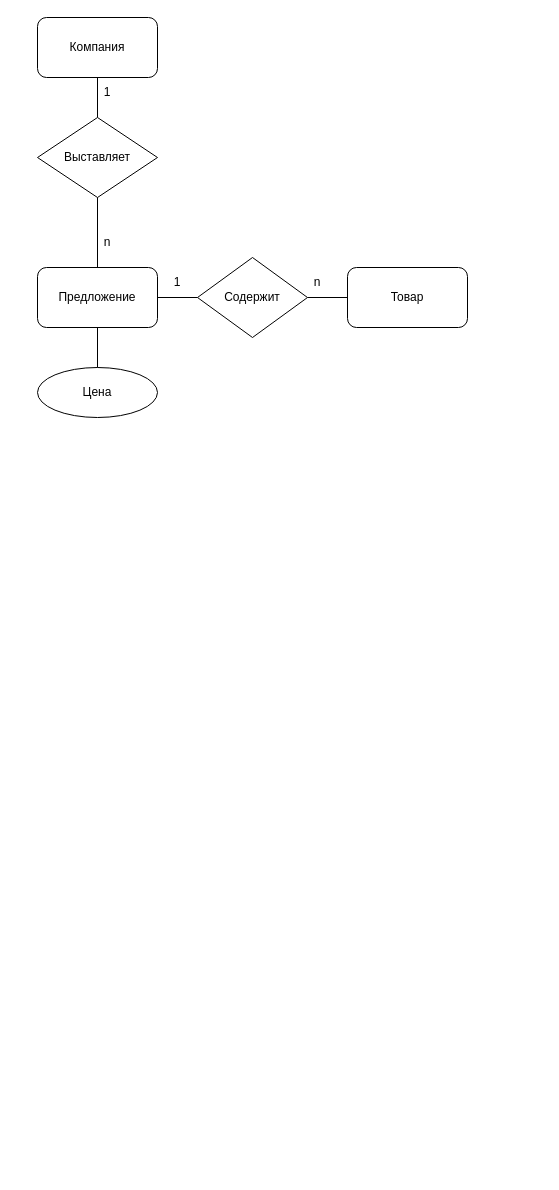
Earlier version of the draw.io diagram Диаграмма без названия.drawio (VanShi87/data-engineer-2023-11). Source tidied: cells renumbered, new cells numbered last; positions are measured from the earlier drawing's top-left corner, leaving out a move shared by most shapes. Both pictures are drawn from the tidied source at 100%, with x=0, y=0 at pixel (37, 17).
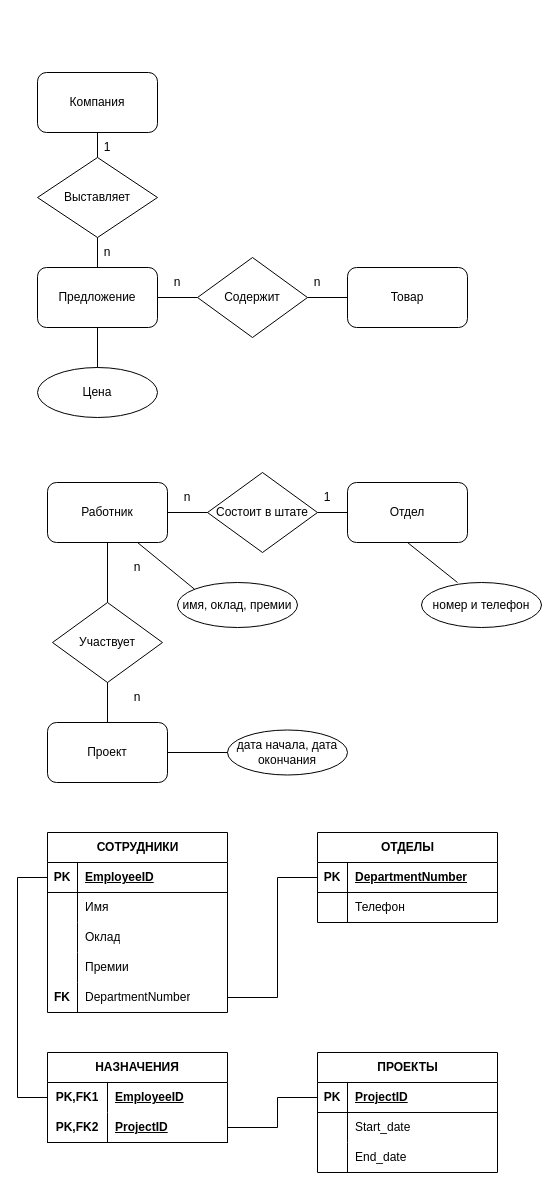
The same page after the edit.

Change to the diagram source:
```diff
@@
     <mxCell id="2" style="rounded=1;whiteSpace=wrap;html=1;" parent="1" vertex="1">
-      <mxGeometry width="120" height="60" as="geometry" />
+      <mxGeometry y="55" width="120" height="60" as="geometry" />
     </mxCell>
     <mxCell id="3" style="rhombus;whiteSpace=wrap;html=1;" parent="1" vertex="1">
-      <mxGeometry y="100" width="120" height="80" as="geometry" />
+      <mxGeometry y="140" width="120" height="80" as="geometry" />
     </mxCell>
@@
     <mxCell id="13" value="Компания" style="text;html=1;strokeColor=none;fillColor=none;align=center;verticalAlign=middle;whiteSpace=wrap;rounded=0;" parent="1" vertex="1">
-      <mxGeometry x="30" y="15" width="60" height="30" as="geometry" />
+      <mxGeometry x="30" y="70" width="60" height="30" as="geometry" />
     </mxCell>
     <mxCell id="14" value="Выставляет" style="text;html=1;strokeColor=none;fillColor=none;align=center;verticalAlign=middle;whiteSpace=wrap;rounded=0;" parent="1" vertex="1">
-      <mxGeometry x="30" y="125" width="60" height="30" as="geometry" />
+      <mxGeometry x="30" y="165" width="60" height="30" as="geometry" />
     </mxCell>
     <mxCell id="15" value="1" style="text;html=1;strokeColor=none;fillColor=none;align=center;verticalAlign=middle;whiteSpace=wrap;rounded=0;" parent="1" vertex="1">
-      <mxGeometry x="40" y="60" width="60" height="30" as="geometry" />
+      <mxGeometry x="40" y="115" width="60" height="30" as="geometry" />
     </mxCell>
     <mxCell id="16" value="n" style="text;html=1;strokeColor=none;fillColor=none;align=center;verticalAlign=middle;whiteSpace=wrap;rounded=0;" parent="1" vertex="1">
-      <mxGeometry x="40" y="210" width="60" height="30" as="geometry" />
+      <mxGeometry x="40" y="220" width="60" height="30" as="geometry" />
     </mxCell>
@@
-    <mxCell id="18" value="1" style="text;html=1;strokeColor=none;fillColor=none;align=center;verticalAlign=middle;whiteSpace=wrap;rounded=0;" parent="1" vertex="1">
+    <mxCell id="18" value="n" style="text;html=1;strokeColor=none;fillColor=none;align=center;verticalAlign=middle;whiteSpace=wrap;rounded=0;" parent="1" vertex="1">
       <mxGeometry x="110" y="250" width="60" height="30" as="geometry" />
     </mxCell>
@@
+    <mxCell id="20" style="rounded=1;whiteSpace=wrap;html=1;" parent="1" vertex="1">
+      <mxGeometry x="10" y="465" width="120" height="60" as="geometry" />
+    </mxCell>
+    <mxCell id="21" style="rounded=1;whiteSpace=wrap;html=1;" parent="1" vertex="1">
+      <mxGeometry x="310" y="465" width="120" height="60" as="geometry" />
+    </mxCell>
+    <mxCell id="22" value="Состоит в штате" style="rhombus;whiteSpace=wrap;html=1;" parent="1" vertex="1">
+      <mxGeometry x="170" y="455" width="110" height="80" as="geometry" />
+    </mxCell>
+    <mxCell id="23" style="endArrow=none;html=1;rounded=0;entryX=0;entryY=0.5;entryDx=0;entryDy=0;" parent="1" edge="1" target="22">
+      <mxGeometry relative="1" as="geometry">
+        <mxPoint x="130" y="495" as="sourcePoint" />
+      </mxGeometry>
+    </mxCell>
+    <mxCell id="24" style="endArrow=none;html=1;rounded=0;entryX=0;entryY=0.5;entryDx=0;entryDy=0;exitX=1;exitY=0.5;exitDx=0;exitDy=0;" parent="1" edge="1" source="22" target="21">
+      <mxGeometry relative="1" as="geometry" />
+    </mxCell>
+    <mxCell id="25" value="Работник" style="text;html=1;strokeColor=none;fillColor=none;align=center;verticalAlign=middle;whiteSpace=wrap;rounded=0;" parent="1" vertex="1">
+      <mxGeometry x="40" y="480" width="60" height="30" as="geometry" />
+    </mxCell>
+    <mxCell id="26" value="Отдел" style="text;html=1;strokeColor=none;fillColor=none;align=center;verticalAlign=middle;whiteSpace=wrap;rounded=0;" parent="1" vertex="1">
+      <mxGeometry x="340" y="480" width="60" height="30" as="geometry" />
+    </mxCell>
+    <mxCell id="27" style="endArrow=none;html=1;rounded=0;entryX=0.5;entryY=1;entryDx=0;entryDy=0;" parent="1" edge="1" target="20">
+      <mxGeometry relative="1" as="geometry">
+        <mxPoint x="70" y="585" as="sourcePoint" />
+      </mxGeometry>
+    </mxCell>
+    <mxCell id="28" style="rhombus;whiteSpace=wrap;html=1;" parent="1" vertex="1">
+      <mxGeometry x="15" y="585" width="110" height="80" as="geometry" />
+    </mxCell>
+    <mxCell id="29" style="endArrow=none;html=1;rounded=0;entryX=0.5;entryY=1;entryDx=0;entryDy=0;" parent="1" edge="1" target="28">
+      <mxGeometry relative="1" as="geometry">
+        <mxPoint x="70" y="715" as="sourcePoint" />
+      </mxGeometry>
+    </mxCell>
+    <mxCell id="30" value="Участвует" style="text;html=1;strokeColor=none;fillColor=none;align=center;verticalAlign=middle;whiteSpace=wrap;rounded=0;" parent="1" vertex="1">
+      <mxGeometry x="40" y="610" width="60" height="30" as="geometry" />
+    </mxCell>
+    <mxCell id="31" style="rounded=1;whiteSpace=wrap;html=1;" parent="1" vertex="1">
+      <mxGeometry x="10" y="705" width="120" height="60" as="geometry" />
+    </mxCell>
+    <mxCell id="32" value="Проект" style="text;html=1;strokeColor=none;fillColor=none;align=center;verticalAlign=middle;whiteSpace=wrap;rounded=0;" parent="1" vertex="1">
+      <mxGeometry x="40" y="720" width="60" height="30" as="geometry" />
+    </mxCell>
+    <mxCell id="33" value="n" style="text;html=1;strokeColor=none;fillColor=none;align=center;verticalAlign=middle;whiteSpace=wrap;rounded=0;" parent="1" vertex="1">
+      <mxGeometry x="120" y="465" width="60" height="30" as="geometry" />
+    </mxCell>
+    <mxCell id="34" value="1" style="text;html=1;strokeColor=none;fillColor=none;align=center;verticalAlign=middle;whiteSpace=wrap;rounded=0;" parent="1" vertex="1">
+      <mxGeometry x="260" y="465" width="60" height="30" as="geometry" />
+    </mxCell>
+    <mxCell id="35" value="n" style="text;html=1;strokeColor=none;fillColor=none;align=center;verticalAlign=middle;whiteSpace=wrap;rounded=0;" parent="1" vertex="1">
+      <mxGeometry x="70" y="535" width="60" height="30" as="geometry" />
+    </mxCell>
+    <mxCell id="36" value="n" style="text;html=1;strokeColor=none;fillColor=none;align=center;verticalAlign=middle;whiteSpace=wrap;rounded=0;" parent="1" vertex="1">
+      <mxGeometry x="70" y="665" width="60" height="30" as="geometry" />
+    </mxCell>
+    <mxCell id="37" value="имя, оклад, премии" style="ellipse;whiteSpace=wrap;html=1;" parent="1" vertex="1">
+      <mxGeometry x="140" y="565" width="120" height="45" as="geometry" />
+    </mxCell>
+    <mxCell id="38" style="endArrow=none;html=1;rounded=0;entryX=0.75;entryY=1;entryDx=0;entryDy=0;exitX=0;exitY=0;exitDx=0;exitDy=0;" parent="1" edge="1" source="37" target="20">
+      <mxGeometry relative="1" as="geometry" />
+    </mxCell>
+    <mxCell id="39" style="endArrow=none;html=1;rounded=0;entryX=0.5;entryY=1;entryDx=0;entryDy=0;" parent="1" edge="1" target="21">
+      <mxGeometry relative="1" as="geometry">
+        <mxPoint x="420" y="565" as="sourcePoint" />
+      </mxGeometry>
+    </mxCell>
+    <mxCell id="40" value="номер и телефон" style="ellipse;whiteSpace=wrap;html=1;" parent="1" vertex="1">
+      <mxGeometry x="384" y="565" width="120" height="45" as="geometry" />
+    </mxCell>
+    <mxCell id="41" value="дата начала, дата окончания" style="ellipse;whiteSpace=wrap;html=1;" parent="1" vertex="1">
+      <mxGeometry x="190" y="712.5" width="120" height="45" as="geometry" />
+    </mxCell>
+    <mxCell id="42" style="endArrow=none;html=1;rounded=0;entryX=0;entryY=0.5;entryDx=0;entryDy=0;exitX=1;exitY=0.5;exitDx=0;exitDy=0;" parent="1" edge="1" source="31" target="41">
+      <mxGeometry relative="1" as="geometry" />
+    </mxCell>
+    <mxCell id="43" value="СОТРУДНИКИ" style="shape=table;startSize=30;childLayout=tableLayout;rowLines=0;fontStyle=1;align=center;html=1;" parent="1" vertex="1">
+      <mxGeometry x="10" y="815" width="180" height="180" as="geometry" />
+    </mxCell>
+    <mxCell id="44" style="shape=tableRow;horizontal=0;startSize=0;swimlaneHead=0;swimlaneBody=0;fillColor=none;points=[[0,0.5],[1,0.5]];portConstraint=eastwest;top=0;left=0;right=0;bottom=1;" parent="43" vertex="1">
+      <mxGeometry y="30" width="180" height="30" as="geometry" />
+    </mxCell>
+    <mxCell id="45" value="PK" style="shape=partialRectangle;fillColor=none;top=0;left=0;bottom=0;right=0;fontStyle=1;overflow=hidden;whiteSpace=wrap;html=1;" parent="44" vertex="1">
+      <mxGeometry width="30" height="30" as="geometry" />
+    </mxCell>
+    <mxCell id="46" value="EmployeeID" style="shape=partialRectangle;fillColor=none;top=0;left=0;bottom=0;right=0;align=left;spacingLeft=6;fontStyle=5;overflow=hidden;whiteSpace=wrap;html=1;" parent="44" vertex="1">
+      <mxGeometry x="30" width="150" height="30" as="geometry" />
+    </mxCell>
+    <mxCell id="47" style="shape=tableRow;horizontal=0;startSize=0;swimlaneHead=0;swimlaneBody=0;fillColor=none;top=0;left=0;right=0;bottom=0;" parent="43" vertex="1">
+      <mxGeometry y="60" width="180" height="30" as="geometry" />
+    </mxCell>
+    <mxCell id="48" style="shape=partialRectangle;fillColor=none;top=0;left=0;bottom=0;right=0;overflow=hidden;whiteSpace=wrap;html=1;" parent="47" vertex="1">
+      <mxGeometry width="30" height="30" as="geometry" />
+    </mxCell>
+    <mxCell id="49" value="Имя" style="shape=partialRectangle;fillColor=none;top=0;left=0;bottom=0;right=0;align=left;spacingLeft=6;overflow=hidden;whiteSpace=wrap;html=1;" parent="47" vertex="1">
+      <mxGeometry x="30" width="150" height="30" as="geometry" />
+    </mxCell>
+    <mxCell id="50" style="shape=tableRow;horizontal=0;startSize=0;swimlaneHead=0;swimlaneBody=0;fillColor=none;top=0;left=0;right=0;bottom=0;" parent="43" vertex="1">
+      <mxGeometry y="90" width="180" height="30" as="geometry" />
+    </mxCell>
+    <mxCell id="51" style="shape=partialRectangle;fillColor=none;top=0;left=0;bottom=0;right=0;overflow=hidden;whiteSpace=wrap;html=1;" parent="50" vertex="1">
+      <mxGeometry width="30" height="30" as="geometry" />
+    </mxCell>
+    <mxCell id="52" value="Оклад" style="shape=partialRectangle;fillColor=none;top=0;left=0;bottom=0;right=0;align=left;spacingLeft=6;overflow=hidden;whiteSpace=wrap;html=1;" parent="50" vertex="1">
+      <mxGeometry x="30" width="150" height="30" as="geometry" />
+    </mxCell>
+    <mxCell id="53" style="shape=tableRow;horizontal=0;startSize=0;swimlaneHead=0;swimlaneBody=0;fillColor=none;top=0;left=0;right=0;bottom=0;" parent="43" vertex="1">
+      <mxGeometry y="120" width="180" height="30" as="geometry" />
+    </mxCell>
+    <mxCell id="54" style="shape=partialRectangle;fillColor=none;top=0;left=0;bottom=0;right=0;overflow=hidden;whiteSpace=wrap;html=1;" parent="53" vertex="1">
+      <mxGeometry width="30" height="30" as="geometry" />
+    </mxCell>
+    <mxCell id="55" value="Премии" style="shape=partialRectangle;fillColor=none;top=0;left=0;bottom=0;right=0;align=left;spacingLeft=6;overflow=hidden;whiteSpace=wrap;html=1;" parent="53" vertex="1">
+      <mxGeometry x="30" width="150" height="30" as="geometry" />
+    </mxCell>
+    <mxCell id="56" style="shape=tableRow;horizontal=0;startSize=0;swimlaneHead=0;swimlaneBody=0;fillColor=none;points=[[0,0.5],[1,0.5]];portConstraint=eastwest;top=0;left=0;right=0;bottom=0;" parent="43" vertex="1">
+      <mxGeometry y="150" width="180" height="30" as="geometry" />
+    </mxCell>
+    <mxCell id="57" value="&lt;b&gt;FK&lt;/b&gt;" style="shape=partialRectangle;fillColor=none;top=0;left=0;bottom=0;right=0;overflow=hidden;whiteSpace=wrap;html=1;" parent="56" vertex="1">
+      <mxGeometry width="30" height="30" as="geometry" />
+    </mxCell>
+    <mxCell id="58" value="DepartmentNumber" style="shape=partialRectangle;fillColor=none;top=0;left=0;bottom=0;right=0;align=left;spacingLeft=6;overflow=hidden;whiteSpace=wrap;html=1;" parent="56" vertex="1">
+      <mxGeometry x="30" width="150" height="30" as="geometry" />
+    </mxCell>
+    <mxCell id="59" value="НАЗНАЧЕНИЯ" style="shape=table;startSize=30;childLayout=tableLayout;rowLines=0;fontStyle=1;align=center;html=1;whiteSpace=wrap;" parent="1" vertex="1">
+      <mxGeometry x="10" y="1035" width="180" height="90" as="geometry" />
+    </mxCell>
+    <mxCell id="60" style="shape=tableRow;horizontal=0;startSize=0;swimlaneHead=0;swimlaneBody=0;fillColor=none;points=[[0,0.5],[1,0.5]];portConstraint=eastwest;top=0;left=0;right=0;bottom=0;html=1;" parent="59" vertex="1">
+      <mxGeometry y="30" width="180" height="30" as="geometry" />
+    </mxCell>
+    <mxCell id="61" value="PK,FK1" style="shape=partialRectangle;fillColor=none;top=0;left=0;bottom=0;right=0;fontStyle=1;overflow=hidden;html=1;whiteSpace=wrap;" parent="60" vertex="1">
+      <mxGeometry width="60" height="30" as="geometry" />
+    </mxCell>
+    <mxCell id="62" value="EmployeeID" style="shape=partialRectangle;fillColor=none;top=0;left=0;bottom=0;right=0;align=left;spacingLeft=6;fontStyle=5;overflow=hidden;html=1;whiteSpace=wrap;" parent="60" vertex="1">
+      <mxGeometry x="60" width="120" height="30" as="geometry" />
+    </mxCell>
+    <mxCell id="63" style="shape=tableRow;horizontal=0;startSize=0;swimlaneHead=0;swimlaneBody=0;fillColor=none;points=[[0,0.5],[1,0.5]];portConstraint=eastwest;top=0;left=0;right=0;bottom=1;html=1;" parent="59" vertex="1">
+      <mxGeometry y="60" width="180" height="30" as="geometry" />
+    </mxCell>
+    <mxCell id="64" value="PK,FK2" style="shape=partialRectangle;fillColor=none;top=0;left=0;bottom=0;right=0;fontStyle=1;overflow=hidden;html=1;whiteSpace=wrap;" parent="63" vertex="1">
+      <mxGeometry width="60" height="30" as="geometry" />
+    </mxCell>
+    <mxCell id="65" value="ProjectID" style="shape=partialRectangle;fillColor=none;top=0;left=0;bottom=0;right=0;align=left;spacingLeft=6;fontStyle=5;overflow=hidden;html=1;whiteSpace=wrap;" parent="63" vertex="1">
+      <mxGeometry x="60" width="120" height="30" as="geometry" />
+    </mxCell>
+    <mxCell id="66" value="ПРОЕКТЫ" style="shape=table;startSize=30;childLayout=tableLayout;rowLines=0;fontStyle=1;align=center;html=1;" parent="1" vertex="1">
+      <mxGeometry x="280" y="1035" width="180" height="120" as="geometry" />
+    </mxCell>
+    <mxCell id="67" style="shape=tableRow;horizontal=0;startSize=0;swimlaneHead=0;swimlaneBody=0;fillColor=none;points=[[0,0.5],[1,0.5]];portConstraint=eastwest;top=0;left=0;right=0;bottom=1;" parent="66" vertex="1">
+      <mxGeometry y="30" width="180" height="30" as="geometry" />
+    </mxCell>
+    <mxCell id="68" value="PK" style="shape=partialRectangle;fillColor=none;top=0;left=0;bottom=0;right=0;fontStyle=1;overflow=hidden;whiteSpace=wrap;html=1;" parent="67" vertex="1">
+      <mxGeometry width="30" height="30" as="geometry" />
+    </mxCell>
+    <mxCell id="69" value="ProjectID" style="shape=partialRectangle;fillColor=none;top=0;left=0;bottom=0;right=0;align=left;spacingLeft=6;fontStyle=5;overflow=hidden;whiteSpace=wrap;html=1;" parent="67" vertex="1">
+      <mxGeometry x="30" width="150" height="30" as="geometry" />
+    </mxCell>
+    <mxCell id="70" style="shape=tableRow;horizontal=0;startSize=0;swimlaneHead=0;swimlaneBody=0;fillColor=none;top=0;left=0;right=0;bottom=0;" parent="66" vertex="1">
+      <mxGeometry y="60" width="180" height="30" as="geometry" />
+    </mxCell>
+    <mxCell id="71" style="shape=partialRectangle;fillColor=none;top=0;left=0;bottom=0;right=0;overflow=hidden;whiteSpace=wrap;html=1;" parent="70" vertex="1">
+      <mxGeometry width="30" height="30" as="geometry" />
+    </mxCell>
+    <mxCell id="72" value="Start_date" style="shape=partialRectangle;fillColor=none;top=0;left=0;bottom=0;right=0;align=left;spacingLeft=6;overflow=hidden;whiteSpace=wrap;html=1;" parent="70" vertex="1">
+      <mxGeometry x="30" width="150" height="30" as="geometry" />
+    </mxCell>
+    <mxCell id="73" style="shape=tableRow;horizontal=0;startSize=0;swimlaneHead=0;swimlaneBody=0;fillColor=none;top=0;left=0;right=0;bottom=0;" parent="66" vertex="1">
+      <mxGeometry y="90" width="180" height="30" as="geometry" />
+    </mxCell>
+    <mxCell id="74" style="shape=partialRectangle;fillColor=none;top=0;left=0;bottom=0;right=0;overflow=hidden;whiteSpace=wrap;html=1;" parent="73" vertex="1">
+      <mxGeometry width="30" height="30" as="geometry" />
+    </mxCell>
+    <mxCell id="75" value="End_date" style="shape=partialRectangle;fillColor=none;top=0;left=0;bottom=0;right=0;align=left;spacingLeft=6;overflow=hidden;whiteSpace=wrap;html=1;" parent="73" vertex="1">
+      <mxGeometry x="30" width="150" height="30" as="geometry" />
+    </mxCell>
+    <mxCell id="76" value="ОТДЕЛЫ" style="shape=table;startSize=30;childLayout=tableLayout;rowLines=0;fontStyle=1;align=center;html=1;" parent="1" vertex="1">
+      <mxGeometry x="280" y="815" width="180" height="90" as="geometry" />
+    </mxCell>
+    <mxCell id="77" style="shape=tableRow;horizontal=0;startSize=0;swimlaneHead=0;swimlaneBody=0;fillColor=none;points=[[0,0.5],[1,0.5]];portConstraint=eastwest;top=0;left=0;right=0;bottom=1;" parent="76" vertex="1">
+      <mxGeometry y="30" width="180" height="30" as="geometry" />
+    </mxCell>
+    <mxCell id="78" value="PK" style="shape=partialRectangle;fillColor=none;top=0;left=0;bottom=0;right=0;fontStyle=1;overflow=hidden;whiteSpace=wrap;html=1;" parent="77" vertex="1">
+      <mxGeometry width="30" height="30" as="geometry" />
+    </mxCell>
+    <mxCell id="79" value="DepartmentNumber" style="shape=partialRectangle;fillColor=none;top=0;left=0;bottom=0;right=0;align=left;spacingLeft=6;fontStyle=5;overflow=hidden;whiteSpace=wrap;html=1;" parent="77" vertex="1">
+      <mxGeometry x="30" width="150" height="30" as="geometry" />
+    </mxCell>
+    <mxCell id="80" style="shape=tableRow;horizontal=0;startSize=0;swimlaneHead=0;swimlaneBody=0;fillColor=none;top=0;left=0;right=0;bottom=0;" parent="76" vertex="1">
+      <mxGeometry y="60" width="180" height="30" as="geometry" />
+    </mxCell>
+    <mxCell id="81" style="shape=partialRectangle;fillColor=none;top=0;left=0;bottom=0;right=0;overflow=hidden;whiteSpace=wrap;html=1;" parent="80" vertex="1">
+      <mxGeometry width="30" height="30" as="geometry" />
+    </mxCell>
+    <mxCell id="82" value="Телефон" style="shape=partialRectangle;fillColor=none;top=0;left=0;bottom=0;right=0;align=left;spacingLeft=6;overflow=hidden;whiteSpace=wrap;html=1;" parent="80" vertex="1">
+      <mxGeometry x="30" width="150" height="30" as="geometry" />
+    </mxCell>
+    <mxCell id="83" style="endArrow=none;html=1;rounded=0;exitX=0;exitY=0.5;exitDx=0;exitDy=0;entryX=0;entryY=0.5;entryDx=0;entryDy=0;" parent="1" edge="1" source="44" target="60">
+      <mxGeometry relative="1" as="geometry">
+        <Array as="points">
+          <mxPoint x="-20" y="860" />
+          <mxPoint x="-20" y="1080" />
+        </Array>
+      </mxGeometry>
+    </mxCell>
+    <mxCell id="84" style="endArrow=none;html=1;rounded=0;exitX=1;exitY=0.5;exitDx=0;exitDy=0;entryX=0;entryY=0.5;entryDx=0;entryDy=0;" parent="1" edge="1" source="63" target="67">
+      <mxGeometry relative="1" as="geometry">
+        <Array as="points">
+          <mxPoint x="240" y="1110" />
+          <mxPoint x="240" y="1080" />
+        </Array>
+      </mxGeometry>
+    </mxCell>
+    <mxCell id="85" style="endArrow=none;html=1;rounded=0;exitX=1;exitY=0.5;exitDx=0;exitDy=0;entryX=0;entryY=0.5;entryDx=0;entryDy=0;" parent="1" edge="1" source="56" target="77">
+      <mxGeometry relative="1" as="geometry">
+        <Array as="points">
+          <mxPoint x="240" y="980" />
+          <mxPoint x="240" y="860" />
+        </Array>
+      </mxGeometry>
+    </mxCell>
```
